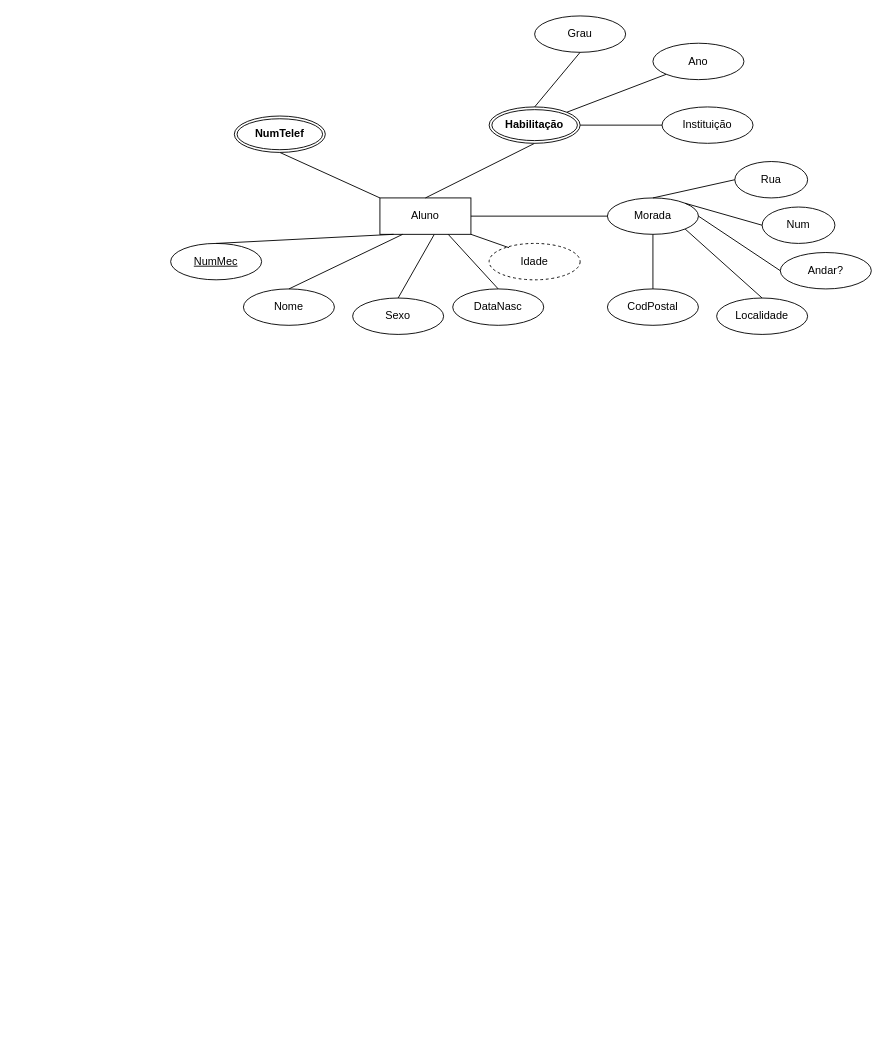
This is diagrama escolar .drawio from JoaoCorreia2008/Diagrama-escolar-, a draw.io file, before an edit. Source tidied: cells renumbered, new cells numbered last; positions are measured from the earlier drawing's top-left corner, leaving out a move shared by most shapes. Both pictures are drawn from the tidied source at 91%, with x=0, y=0 at pixel (170, 15).
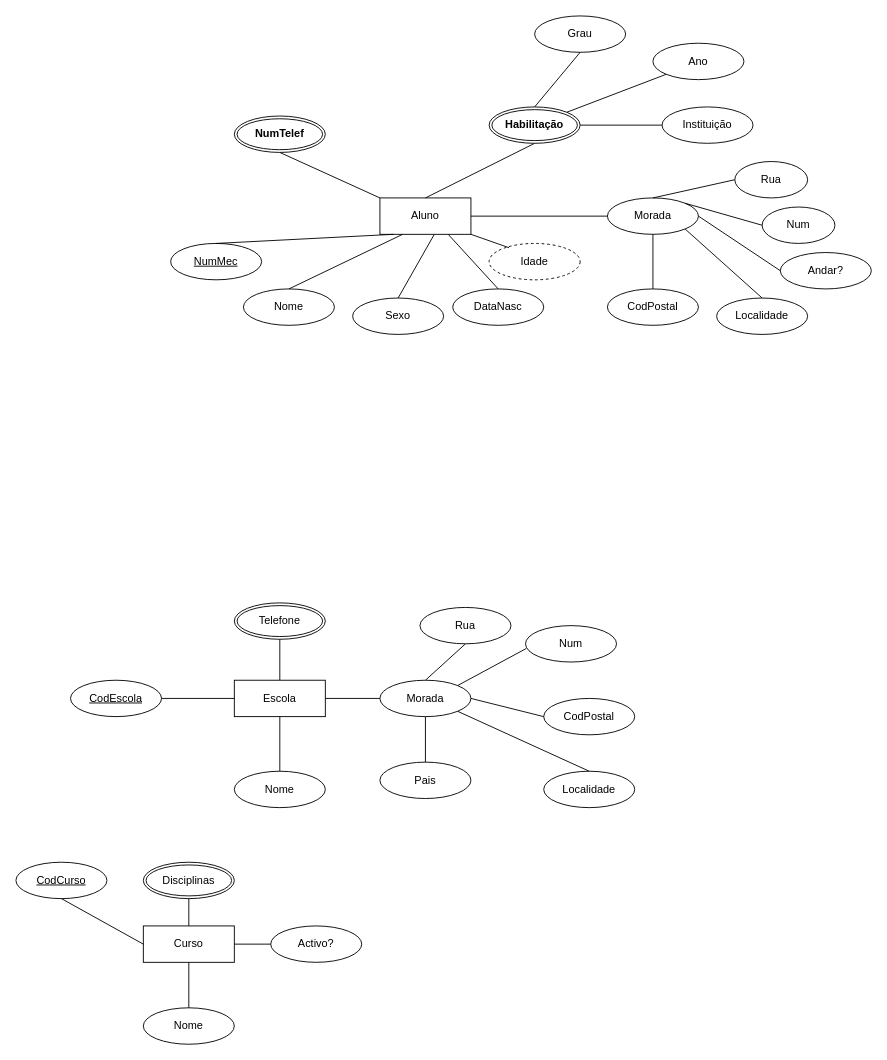
The same diagram, later.

The edit, as a diff of the source:
```diff
@@
+    <mxCell id="35" value="Escola" style="whiteSpace=wrap;html=1;align=center;strokeColor=default;verticalAlign=middle;fontFamily=Helvetica;fontSize=12;fontColor=default;fillColor=default;" parent="1" vertex="1">
+      <mxGeometry x="70" y="730" width="100" height="40" as="geometry" />
+    </mxCell>
+    <mxCell id="36" value="&lt;u style=&quot;&quot;&gt;CodEscola&lt;/u&gt;" style="ellipse;whiteSpace=wrap;html=1;align=center;strokeColor=default;verticalAlign=middle;fontFamily=Helvetica;fontSize=12;fontColor=default;fillColor=default;" parent="1" vertex="1">
+      <mxGeometry x="-110" y="730" width="100" height="40" as="geometry" />
+    </mxCell>
+    <mxCell id="37" value="Nome" style="ellipse;whiteSpace=wrap;html=1;align=center;strokeColor=default;verticalAlign=middle;fontFamily=Helvetica;fontSize=12;fontColor=default;fillColor=default;" parent="1" vertex="1">
+      <mxGeometry x="70" y="830" width="100" height="40" as="geometry" />
+    </mxCell>
+    <mxCell id="38" value="Morada" style="ellipse;whiteSpace=wrap;html=1;align=center;strokeColor=default;verticalAlign=middle;fontFamily=Helvetica;fontSize=12;fontColor=default;fillColor=default;" parent="1" vertex="1">
+      <mxGeometry x="230" y="730" width="100" height="40" as="geometry" />
+    </mxCell>
+    <mxCell id="39" value="Telefone" style="ellipse;shape=doubleEllipse;margin=3;whiteSpace=wrap;html=1;align=center;strokeColor=default;verticalAlign=middle;fontFamily=Helvetica;fontSize=12;fontColor=default;fillColor=default;" parent="1" vertex="1">
+      <mxGeometry x="70" y="645" width="100" height="40" as="geometry" />
+    </mxCell>
+    <mxCell id="40" value="Num" style="ellipse;whiteSpace=wrap;html=1;align=center;strokeColor=default;verticalAlign=middle;fontFamily=Helvetica;fontSize=12;fontColor=default;fillColor=default;" parent="1" vertex="1">
+      <mxGeometry x="390" y="670" width="100" height="40" as="geometry" />
+    </mxCell>
+    <mxCell id="41" value="CodPostal" style="ellipse;whiteSpace=wrap;html=1;align=center;strokeColor=default;verticalAlign=middle;fontFamily=Helvetica;fontSize=12;fontColor=default;fillColor=default;" parent="1" vertex="1">
+      <mxGeometry x="410" y="750" width="100" height="40" as="geometry" />
+    </mxCell>
+    <mxCell id="42" value="Localidade" style="ellipse;whiteSpace=wrap;html=1;align=center;strokeColor=default;verticalAlign=middle;fontFamily=Helvetica;fontSize=12;fontColor=default;fillColor=default;" parent="1" vertex="1">
+      <mxGeometry x="410" y="830" width="100" height="40" as="geometry" />
+    </mxCell>
+    <mxCell id="43" value="Rua" style="ellipse;whiteSpace=wrap;html=1;align=center;strokeColor=default;verticalAlign=middle;fontFamily=Helvetica;fontSize=12;fontColor=default;fillColor=default;" parent="1" vertex="1">
+      <mxGeometry x="274" y="650" width="100" height="40" as="geometry" />
+    </mxCell>
+    <mxCell id="44" value="Pais" style="ellipse;whiteSpace=wrap;html=1;align=center;strokeColor=default;verticalAlign=middle;fontFamily=Helvetica;fontSize=12;fontColor=default;fillColor=default;" parent="1" vertex="1">
+      <mxGeometry x="230" y="820" width="100" height="40" as="geometry" />
+    </mxCell>
+    <mxCell id="45" style="endArrow=none;html=1;rounded=0;fontFamily=Helvetica;fontSize=12;fontColor=default;exitX=0.5;exitY=1;exitDx=0;exitDy=0;entryX=0.5;entryY=0;entryDx=0;entryDy=0;" parent="1" edge="1" source="38" target="44">
+      <mxGeometry relative="1" as="geometry" />
+    </mxCell>
+    <mxCell id="46" style="endArrow=none;html=1;rounded=0;fontFamily=Helvetica;fontSize=12;fontColor=default;exitX=1;exitY=1;exitDx=0;exitDy=0;entryX=0.5;entryY=0;entryDx=0;entryDy=0;" parent="1" edge="1" source="38" target="42">
+      <mxGeometry relative="1" as="geometry" />
+    </mxCell>
+    <mxCell id="47" value="Curso" style="whiteSpace=wrap;html=1;align=center;strokeColor=default;verticalAlign=middle;fontFamily=Helvetica;fontSize=12;fontColor=default;fillColor=default;" parent="1" vertex="1">
+      <mxGeometry x="-30" y="1000" width="100" height="40" as="geometry" />
+    </mxCell>
+    <mxCell id="48" value="CodCurso" style="ellipse;whiteSpace=wrap;html=1;align=center;fontStyle=4;strokeColor=default;verticalAlign=middle;fontFamily=Helvetica;fontSize=12;fontColor=default;fillColor=default;" parent="1" vertex="1">
+      <mxGeometry x="-170" y="930" width="100" height="40" as="geometry" />
+    </mxCell>
+    <mxCell id="49" value="Nome" style="ellipse;whiteSpace=wrap;html=1;align=center;strokeColor=default;verticalAlign=middle;fontFamily=Helvetica;fontSize=12;fontColor=default;fillColor=default;" parent="1" vertex="1">
+      <mxGeometry x="-30" y="1090" width="100" height="40" as="geometry" />
+    </mxCell>
+    <mxCell id="50" value="Disciplinas" style="ellipse;shape=doubleEllipse;margin=3;whiteSpace=wrap;html=1;align=center;strokeColor=default;verticalAlign=middle;fontFamily=Helvetica;fontSize=12;fontColor=default;fillColor=default;" parent="1" vertex="1">
+      <mxGeometry x="-30" y="930" width="100" height="40" as="geometry" />
+    </mxCell>
+    <mxCell id="51" style="endArrow=none;html=1;rounded=0;fontFamily=Helvetica;fontSize=12;fontColor=default;exitX=1;exitY=0.5;exitDx=0;exitDy=0;entryX=0;entryY=0.5;entryDx=0;entryDy=0;" parent="1" edge="1" source="38" target="41">
+      <mxGeometry relative="1" as="geometry" />
+    </mxCell>
+    <mxCell id="52" style="endArrow=none;html=1;rounded=0;fontFamily=Helvetica;fontSize=12;fontColor=default;exitX=1;exitY=0;exitDx=0;exitDy=0;entryX=0.009;entryY=0.627;entryDx=0;entryDy=0;entryPerimeter=0;" parent="1" edge="1" source="38" target="40">
+      <mxGeometry relative="1" as="geometry" />
+    </mxCell>
+    <mxCell id="53" style="endArrow=none;html=1;rounded=0;fontFamily=Helvetica;fontSize=12;fontColor=default;exitX=0.5;exitY=0;exitDx=0;exitDy=0;entryX=0.5;entryY=1;entryDx=0;entryDy=0;" parent="1" edge="1" source="38" target="43">
+      <mxGeometry relative="1" as="geometry" />
+    </mxCell>
+    <mxCell id="54" style="endArrow=none;html=1;rounded=0;fontFamily=Helvetica;fontSize=12;fontColor=default;exitX=1;exitY=0.5;exitDx=0;exitDy=0;entryX=0;entryY=0.5;entryDx=0;entryDy=0;" parent="1" edge="1" source="35" target="38">
+      <mxGeometry relative="1" as="geometry" />
+    </mxCell>
+    <mxCell id="55" style="endArrow=none;html=1;rounded=0;fontFamily=Helvetica;fontSize=12;fontColor=default;exitX=0.5;exitY=0;exitDx=0;exitDy=0;entryX=0.5;entryY=1;entryDx=0;entryDy=0;" parent="1" edge="1" source="35" target="39">
+      <mxGeometry relative="1" as="geometry" />
+    </mxCell>
+    <mxCell id="56" style="endArrow=none;html=1;rounded=0;fontFamily=Helvetica;fontSize=12;fontColor=default;exitX=1;exitY=0.5;exitDx=0;exitDy=0;entryX=0;entryY=0.5;entryDx=0;entryDy=0;" parent="1" edge="1" source="36" target="35">
+      <mxGeometry relative="1" as="geometry" />
+    </mxCell>
+    <mxCell id="57" style="endArrow=none;html=1;rounded=0;fontFamily=Helvetica;fontSize=12;fontColor=default;exitX=0.5;exitY=1;exitDx=0;exitDy=0;entryX=0.5;entryY=0;entryDx=0;entryDy=0;" parent="1" edge="1" source="35" target="37">
+      <mxGeometry relative="1" as="geometry" />
+    </mxCell>
+    <mxCell id="58" value="Activo?" style="ellipse;whiteSpace=wrap;html=1;align=center;strokeColor=default;verticalAlign=middle;fontFamily=Helvetica;fontSize=12;fontColor=default;fillColor=default;" parent="1" vertex="1">
+      <mxGeometry x="110" y="1000" width="100" height="40" as="geometry" />
+    </mxCell>
+    <mxCell id="59" style="endArrow=none;html=1;rounded=0;fontFamily=Helvetica;fontSize=12;fontColor=default;exitX=0.5;exitY=1;exitDx=0;exitDy=0;entryX=0;entryY=0.5;entryDx=0;entryDy=0;" parent="1" edge="1" source="48" target="47">
+      <mxGeometry relative="1" as="geometry" />
+    </mxCell>
+    <mxCell id="60" style="endArrow=none;html=1;rounded=0;fontFamily=Helvetica;fontSize=12;fontColor=default;exitX=0.5;exitY=1;exitDx=0;exitDy=0;entryX=0.5;entryY=0;entryDx=0;entryDy=0;" parent="1" edge="1" source="50" target="47">
+      <mxGeometry relative="1" as="geometry" />
+    </mxCell>
+    <mxCell id="61" style="endArrow=none;html=1;rounded=0;fontFamily=Helvetica;fontSize=12;fontColor=default;exitX=0;exitY=0.5;exitDx=0;exitDy=0;entryX=1;entryY=0.5;entryDx=0;entryDy=0;" parent="1" edge="1" source="58" target="47">
+      <mxGeometry relative="1" as="geometry" />
+    </mxCell>
+    <mxCell id="62" style="endArrow=none;html=1;rounded=0;fontFamily=Helvetica;fontSize=12;fontColor=default;exitX=0.5;exitY=1;exitDx=0;exitDy=0;entryX=0.5;entryY=0;entryDx=0;entryDy=0;" parent="1" edge="1" source="47" target="49">
+      <mxGeometry relative="1" as="geometry" />
+    </mxCell>
```
